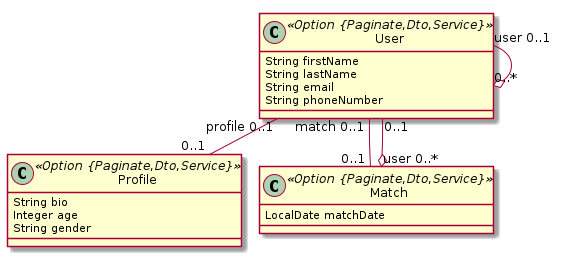
This is tinder.png from kevintanhongann/jhipster-jdl-collection, a PlantUML export, as it was before one commit. Its diagram source:
```plantuml
@startuml
	!pragma layout smetana
	!pragma syntax class
	class User <<Option {Paginate,Dto,Service}>> {
		String firstName
		String lastName
		String email
		String phoneNumber
	}
	class Profile <<Option {Paginate,Dto,Service}>> {
		String bio
		Integer age
		String gender
	}
	class Match <<Option {Paginate,Dto,Service}>> {
		LocalDate matchDate
	}
	User  "profile 0..1 " -- "0..1 "  Profile
	User  "match 0..1 " -- "0..1 "  Match
	User  "user 0..1 " --o "0..* "  User
	Match  "user 0..* " o-- "0..1 "  User
@enduml
```
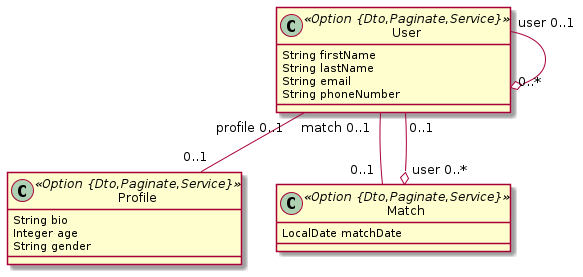
The same file after the commit.

What changed in the source:
```diff
@@ -1,18 +1,17 @@
 @startuml
-	!pragma layout smetana
 	!pragma syntax class
-	class User <<Option {Paginate,Dto,Service}>> {
+	class User <<Option {Dto,Paginate,Service}>> {
 		String firstName
 		String lastName
 		String email
 		String phoneNumber
 	}
-	class Profile <<Option {Paginate,Dto,Service}>> {
+	class Profile <<Option {Dto,Paginate,Service}>> {
 		String bio
 		Integer age
 		String gender
 	}
-	class Match <<Option {Paginate,Dto,Service}>> {
+	class Match <<Option {Dto,Paginate,Service}>> {
 		LocalDate matchDate
 	}
 	User  "profile 0..1 " -- "0..1 "  Profile
```
